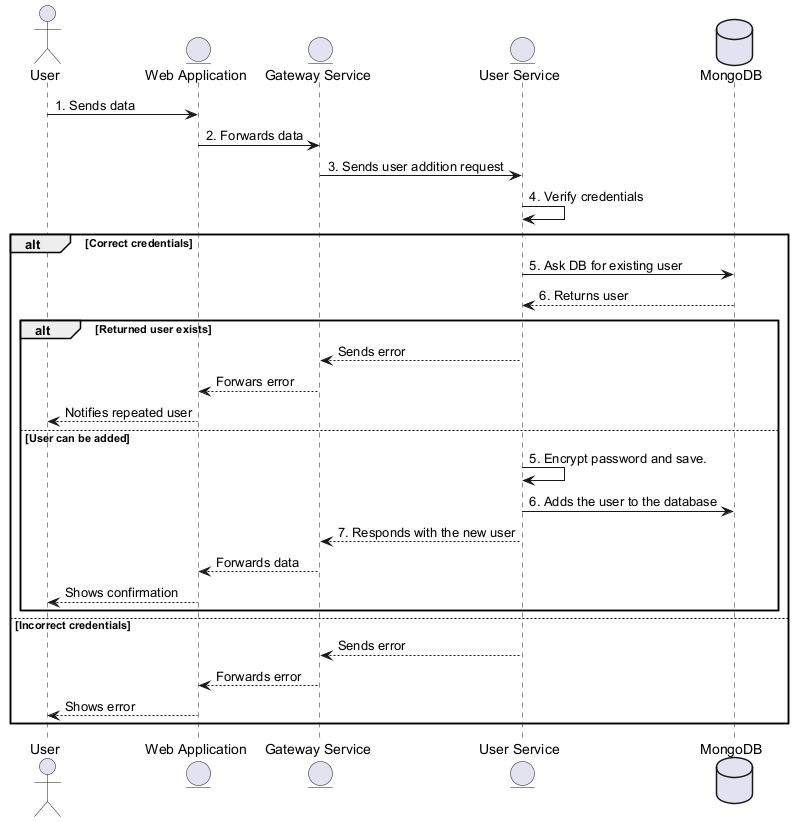
The PlantUML diagram images/Register diagram.png in Arquisoft/wichat_en2b, before a commit.
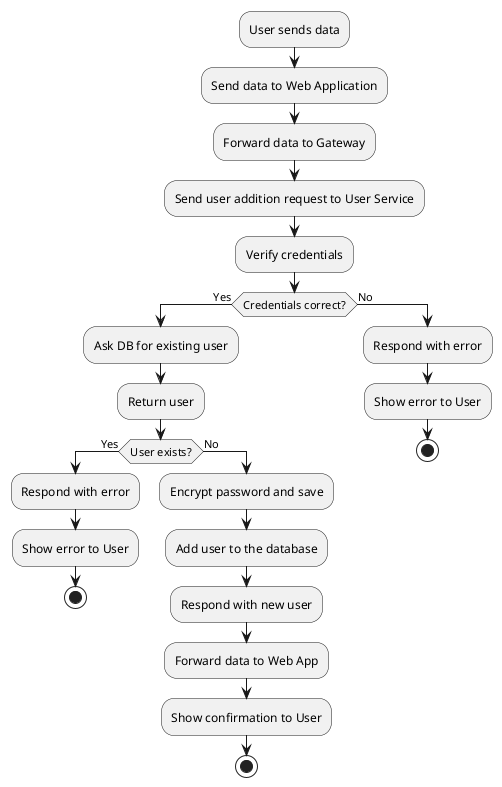
The same file after the commit.

What changed in the source:
```diff
@@ -1,36 +1,30 @@
 @startuml
-actor User
-entity WA as "Web Application"
-entity GS as "Gateway Service"
-entity US as "User Service"
-database DB as "MongoDB"
+:User sends data;
+:Send data to Web Application;
+:Forward data to Gateway;
+:Send user addition request to User Service;
+:Verify credentials;
 
-User -> WA : 1. Sends data
-WA -> GS : 2. Forwards data
-GS -> US : 3. Sends user addition request
-US -> US : 4. Verify credentials
+if (Credentials correct?) then (Yes)
+    :Ask DB for existing user;
+    :Return user;
 
-alt Correct credentials
-    US -> DB : 5. Ask DB for existing user
-    US <-- DB : 6. Returns user
-
-    alt Returned user exists
-        GS <-- US : Sends error
-        WA <-- GS : Forwars error
-        User <--- WA : Notifies repeated user
-
-    else User can be added
-        US -> US : 5. Encrypt password and save.
-        US -> DB : 6. Adds the user to the database
-        US --> GS : 7. Responds with the new user
-        GS --> WA : Forwards data
-        WA --> User : Shows confirmation
-    end
-
-else Incorrect credentials
-    US --> GS : Sends error
-    GS --> WA : Forwards error
-    WA --> User : Shows error
-end
+    if (User exists?) then (Yes)
+        :Respond with error;
+        :Show error to User;
+        stop
+    else (No)
+        :Encrypt password and save;
+        :Add user to the database;
+        :Respond with new user;
+        :Forward data to Web App;
+        :Show confirmation to User;
+        stop
+    endif
+else (No)
+    :Respond with error;
+    :Show error to User;
+    stop
+endif
 
 @enduml
```
